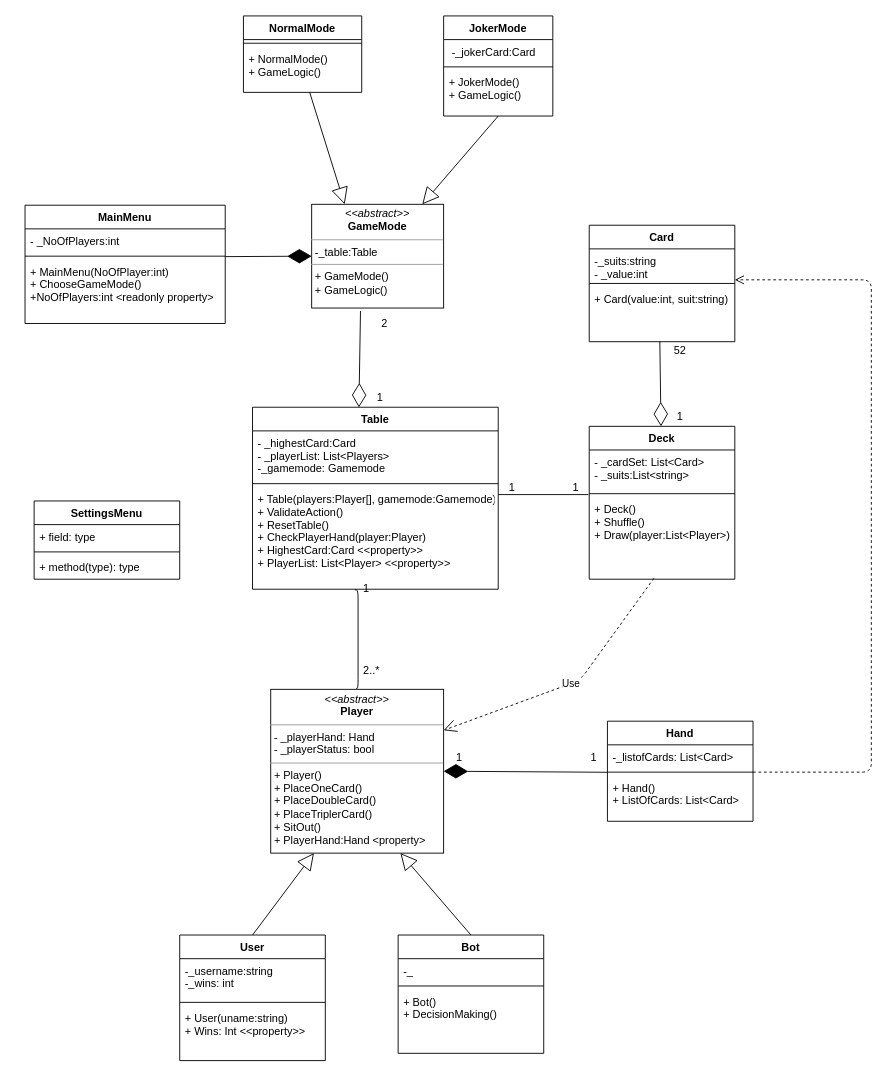
Above: DistinctionTask.drawio in LastMinuteBanter/DistinctionTaskUML (draw.io), before the change. Source tidied: cells renumbered, new cells numbered last; positions are measured from the earlier drawing's top-left corner, leaving out a move shared by most shapes. Both pictures are drawn from the tidied source at 91%, with x=0, y=0 at pixel (25, 15).
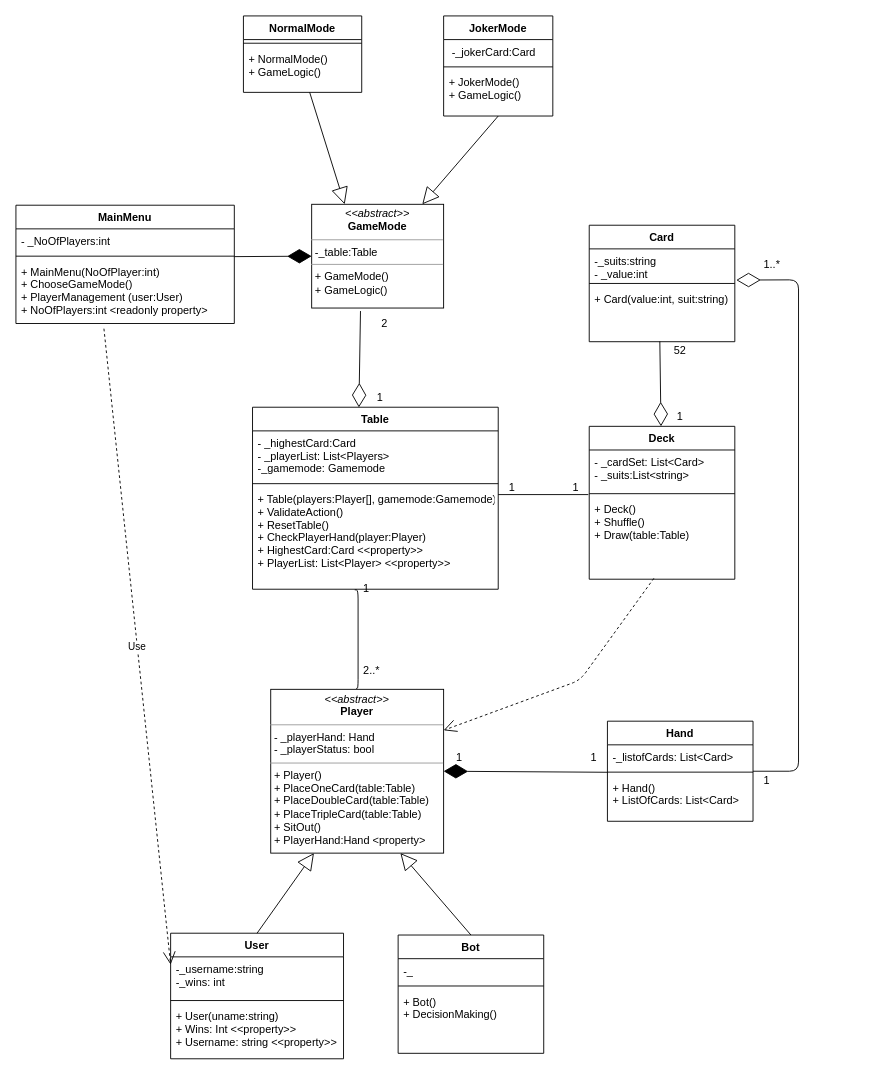
The same page after the edit.

The change refers to these unchanged cells:
```xml
<mxCell id="19" value="Deck" style="swimlane;fontStyle=1;align=center;verticalAlign=top;horizontal=1;startSize=26;glass=0;fontSize=12;" parent="1" vertex="1">
  <mxGeometry x="620" y="451" width="160" height="168" as="geometry" />
</mxCell>
<mxCell id="24" value="-_suits:string&#10;- _value:int&#10;" style="text;strokeColor=none;fillColor=none;align=left;verticalAlign=top;spacingLeft=4;spacingRight=4;overflow=hidden;points=[[0,0.5],[1,0.5]];portConstraint=eastwest;" parent="23" vertex="1">
  <mxGeometry y="26" width="160" height="34" as="geometry" />
</mxCell>
<mxCell id="27" value="Hand" style="swimlane;fontStyle=1;align=center;verticalAlign=top;horizontal=1;startSize=26;glass=0;fontSize=12;" parent="1" vertex="1">
  <mxGeometry x="640" y="775" width="160" height="110" as="geometry" />
</mxCell>
<mxCell id="30" value="+ Hand()&#10;+ ListOfCards: List&lt;Card&gt;" style="text;strokeColor=none;fillColor=none;align=left;verticalAlign=top;spacingLeft=4;spacingRight=4;overflow=hidden;points=[[0,0.5],[1,0.5]];portConstraint=eastwest;" parent="27" vertex="1">
  <mxGeometry y="60" width="160" height="50" as="geometry" />
</mxCell>
```

Diff of the diagram source:
```diff
@@
     <mxCell id="2" value="MainMenu" style="swimlane;fontStyle=1;align=center;verticalAlign=top;horizontal=1;startSize=26;" parent="1" vertex="1">
-      <mxGeometry y="208" width="220" height="130" as="geometry" />
+      <mxGeometry x="-10" y="208" width="240" height="130" as="geometry" />
     </mxCell>
     <mxCell id="3" value="- _NoOfPlayers:int" style="text;strokeColor=none;fillColor=none;align=left;verticalAlign=top;spacingLeft=4;spacingRight=4;overflow=hidden;" parent="2" vertex="1">
-      <mxGeometry y="26" width="220" height="26" as="geometry" />
+      <mxGeometry y="26" width="240" height="26" as="geometry" />
     </mxCell>
     <mxCell id="4" style="line;strokeWidth=1;fillColor=none;align=left;verticalAlign=middle;spacingTop=-1;spacingLeft=3;spacingRight=3;labelPosition=right;" parent="2" vertex="1">
-      <mxGeometry y="52" width="220" height="8" as="geometry" />
+      <mxGeometry y="52" width="240" height="8" as="geometry" />
     </mxCell>
-    <mxCell id="5" value="+ MainMenu(NoOfPlayer:int)&#10;+ ChooseGameMode()&#10;+NoOfPlayers:int &lt;readonly property&gt;&#10;" style="text;strokeColor=none;fillColor=none;align=left;verticalAlign=top;spacingLeft=4;spacingRight=4;overflow=hidden;points=[[0,0.5],[1,0.5]];portConstraint=eastwest;" parent="2" vertex="1">
-      <mxGeometry y="60" width="220" height="70" as="geometry" />
+    <mxCell id="5" value="+ MainMenu(NoOfPlayer:int)&#10;+ ChooseGameMode()&#10;+ PlayerManagement (user:User)&#10;+ NoOfPlayers:int &lt;readonly property&gt;&#10;" style="text;strokeColor=none;fillColor=none;align=left;verticalAlign=top;spacingLeft=4;spacingRight=4;overflow=hidden;points=[[0,0.5],[1,0.5]];portConstraint=eastwest;" parent="2" vertex="1">
+      <mxGeometry y="60" width="240" height="70" as="geometry" />
     </mxCell>
@@
-    <mxCell id="17" value="&lt;p style=&quot;margin: 0px ; margin-top: 4px ; text-align: center&quot;&gt;&lt;i&gt;&amp;lt;&amp;lt;abstract&amp;gt;&amp;gt;&lt;/i&gt;&lt;br&gt;&lt;b&gt;Player&lt;/b&gt;&lt;/p&gt;&lt;hr size=&quot;1&quot;&gt;&lt;p style=&quot;margin: 0px ; margin-left: 4px&quot;&gt;- _playerHand: Hand&lt;/p&gt;&lt;p style=&quot;margin: 0px ; margin-left: 4px&quot;&gt;- _playerStatus: bool&lt;br&gt;&lt;/p&gt;&lt;hr size=&quot;1&quot;&gt;&lt;p style=&quot;margin: 0px ; margin-left: 4px&quot;&gt;+ Player()&lt;br&gt;+ PlaceOneCard()&lt;/p&gt;&lt;p style=&quot;margin: 0px ; margin-left: 4px&quot;&gt;+ PlaceDoubleCard()&lt;/p&gt;&lt;p style=&quot;margin: 0px ; margin-left: 4px&quot;&gt;+ PlaceTriplerCard()&lt;/p&gt;&lt;p style=&quot;margin: 0px ; margin-left: 4px&quot;&gt;+ SitOut()&lt;/p&gt;&lt;p style=&quot;margin: 0px ; margin-left: 4px&quot;&gt;+ PlayerHand:Hand &amp;lt;property&amp;gt;&lt;br&gt;&lt;/p&gt;" style="verticalAlign=top;align=left;overflow=fill;fontSize=12;fontFamily=Helvetica;html=1;glass=0;" parent="1" vertex="1">
+    <mxCell id="17" value="&lt;p style=&quot;margin: 0px ; margin-top: 4px ; text-align: center&quot;&gt;&lt;i&gt;&amp;lt;&amp;lt;abstract&amp;gt;&amp;gt;&lt;/i&gt;&lt;br&gt;&lt;b&gt;Player&lt;/b&gt;&lt;/p&gt;&lt;hr size=&quot;1&quot;&gt;&lt;p style=&quot;margin: 0px ; margin-left: 4px&quot;&gt;- _playerHand: Hand&lt;/p&gt;&lt;p style=&quot;margin: 0px ; margin-left: 4px&quot;&gt;- _playerStatus: bool&lt;br&gt;&lt;/p&gt;&lt;hr size=&quot;1&quot;&gt;&lt;p style=&quot;margin: 0px ; margin-left: 4px&quot;&gt;+ Player()&lt;br&gt;+ PlaceOneCard(table:Table)&lt;/p&gt;&lt;p style=&quot;margin: 0px ; margin-left: 4px&quot;&gt;+ PlaceDoubleCard(table:Table)&lt;/p&gt;&lt;p style=&quot;margin: 0px ; margin-left: 4px&quot;&gt;+ PlaceTripleCard(table:Table)&lt;/p&gt;&lt;p style=&quot;margin: 0px ; margin-left: 4px&quot;&gt;+ SitOut()&lt;/p&gt;&lt;p style=&quot;margin: 0px ; margin-left: 4px&quot;&gt;+ PlayerHand:Hand &amp;lt;property&amp;gt;&lt;br&gt;&lt;/p&gt;" style="verticalAlign=top;align=left;overflow=fill;fontSize=12;fontFamily=Helvetica;html=1;glass=0;" parent="1" vertex="1">
       <mxGeometry x="270" y="740" width="190" height="180" as="geometry" />
     </mxCell>
@@
-    <mxCell id="22" value="+ Deck()&#10;+ Shuffle()&#10;+ Draw(player:List&lt;Player&gt;)&#10;" style="text;strokeColor=none;fillColor=none;align=left;verticalAlign=top;spacingLeft=4;spacingRight=4;overflow=hidden;points=[[0,0.5],[1,0.5]];portConstraint=eastwest;" parent="19" vertex="1">
+    <mxCell id="22" value="+ Deck()&#10;+ Shuffle()&#10;+ Draw(table:Table)&#10;" style="text;strokeColor=none;fillColor=none;align=left;verticalAlign=top;spacingLeft=4;spacingRight=4;overflow=hidden;points=[[0,0.5],[1,0.5]];portConstraint=eastwest;" parent="19" vertex="1">
       <mxGeometry y="78" width="160" height="90" as="geometry" />
     </mxCell>
@@
     <mxCell id="38" value="User" style="swimlane;fontStyle=1;align=center;verticalAlign=top;horizontal=1;startSize=26;glass=0;fontSize=12;" parent="1" vertex="1">
-      <mxGeometry x="170" y="1010" width="160" height="138" as="geometry" />
+      <mxGeometry x="160" y="1008" width="190" height="138" as="geometry" />
     </mxCell>
     <mxCell id="39" value="-_username:string&#10;-_wins: int&#10;" style="text;strokeColor=none;fillColor=none;align=left;verticalAlign=top;spacingLeft=4;spacingRight=4;overflow=hidden;" parent="38" vertex="1">
-      <mxGeometry y="26" width="160" height="44" as="geometry" />
+      <mxGeometry y="26" width="190" height="44" as="geometry" />
     </mxCell>
     <mxCell id="40" style="line;strokeWidth=1;fillColor=none;align=left;verticalAlign=middle;spacingTop=-1;spacingLeft=3;spacingRight=3;labelPosition=right;" parent="38" vertex="1">
-      <mxGeometry y="70" width="160" height="8" as="geometry" />
+      <mxGeometry y="70" width="190" height="8" as="geometry" />
     </mxCell>
-    <mxCell id="41" value="+ User(uname:string)&#10;+ Wins: Int &lt;&lt;property&gt;&gt;&#10;&#10;" style="text;strokeColor=none;fillColor=none;align=left;verticalAlign=top;spacingLeft=4;spacingRight=4;overflow=hidden;" parent="38" vertex="1">
-      <mxGeometry y="78" width="160" height="60" as="geometry" />
+    <mxCell id="41" value="+ User(uname:string)&#10;+ Wins: Int &lt;&lt;property&gt;&gt;&#10;+ Username: string &lt;&lt;property&gt;&gt;&#10;&#10;&#10;" style="text;strokeColor=none;fillColor=none;align=left;verticalAlign=top;spacingLeft=4;spacingRight=4;overflow=hidden;" parent="38" vertex="1">
+      <mxGeometry y="78" width="190" height="60" as="geometry" />
     </mxCell>
@@
-    <mxCell id="50" style="html=1;verticalAlign=bottom;endArrow=open;dashed=1;endSize=8;exitX=1;exitY=-0.08;exitDx=0;exitDy=0;exitPerimeter=0;entryX=1;entryY=1;entryDx=0;entryDy=0;entryPerimeter=0;" parent="1" edge="1" source="30" target="24">
-      <mxGeometry relative="1" as="geometry">
-        <Array as="points">
-          <mxPoint x="930" y="831" />
-          <mxPoint x="930" y="290" />
-        </Array>
-      </mxGeometry>
-    </mxCell>
@@
-    <mxCell id="60" value="Use" style="endArrow=open;endSize=12;dashed=1;html=1;exitX=0.444;exitY=0.989;exitDx=0;exitDy=0;exitPerimeter=0;entryX=1;entryY=0.25;entryDx=0;entryDy=0;" parent="1" edge="1" source="22" target="17">
+    <mxCell id="60" style="endArrow=open;endSize=12;dashed=1;html=1;exitX=0.444;exitY=0.989;exitDx=0;exitDy=0;exitPerimeter=0;entryX=1;entryY=0.25;entryDx=0;entryDy=0;" parent="1" edge="1" source="22" target="17">
       <mxGeometry relative="1" as="geometry">
         <Array as="points">
           <mxPoint x="610" y="730" />
         </Array>
       </mxGeometry>
     </mxCell>
@@
-    <mxCell id="62" value="SettingsMenu" style="swimlane;fontStyle=1;align=center;verticalAlign=top;horizontal=1;startSize=26;" parent="1" vertex="1">
-      <mxGeometry x="10" y="533" width="160" height="86" as="geometry" />
-    </mxCell>
-    <mxCell id="63" value="+ field: type" style="text;strokeColor=none;fillColor=none;align=left;verticalAlign=top;spacingLeft=4;spacingRight=4;overflow=hidden;" parent="62" vertex="1">
-      <mxGeometry y="26" width="160" height="26" as="geometry" />
-    </mxCell>
-    <mxCell id="64" style="line;strokeWidth=1;fillColor=none;align=left;verticalAlign=middle;spacingTop=-1;spacingLeft=3;spacingRight=3;labelPosition=right;" parent="62" vertex="1">
-      <mxGeometry y="52" width="160" height="8" as="geometry" />
-    </mxCell>
-    <mxCell id="65" value="+ method(type): type" style="text;strokeColor=none;fillColor=none;align=left;verticalAlign=top;spacingLeft=4;spacingRight=4;overflow=hidden;" parent="62" vertex="1">
-      <mxGeometry y="60" width="160" height="26" as="geometry" />
-    </mxCell>
@@
+    <mxCell id="69" value="Use" style="endArrow=open;endSize=12;dashed=1;html=1;exitX=0.403;exitY=1.081;exitDx=0;exitDy=0;exitPerimeter=0;entryX=0;entryY=0.25;entryDx=0;entryDy=0;" parent="1" edge="1" source="5" target="38">
+      <mxGeometry relative="1" as="geometry" />
+    </mxCell>
+    <mxCell id="70" style="endArrow=diamondThin;endFill=0;endSize=24;html=1;entryX=1.01;entryY=1.008;entryDx=0;entryDy=0;entryPerimeter=0;exitX=1;exitY=0.5;exitDx=0;exitDy=0;" parent="1" edge="1" source="27" target="24">
+      <mxGeometry relative="1" as="geometry">
+        <Array as="points">
+          <mxPoint x="850" y="830" />
+          <mxPoint x="850" y="290" />
+        </Array>
+      </mxGeometry>
+    </mxCell>
+    <mxCell id="71" value="1..*" style="text;html=1;align=left;verticalAlign=top;spacingTop=-4;" parent="1" vertex="1">
+      <mxGeometry x="810" y="264" width="30" height="20" as="geometry" />
+    </mxCell>
+    <mxCell id="72" value="1" style="text;html=1;align=left;verticalAlign=top;spacingTop=-4;" parent="1" vertex="1">
+      <mxGeometry x="810" y="830" width="20" height="20" as="geometry" />
+    </mxCell>
```
